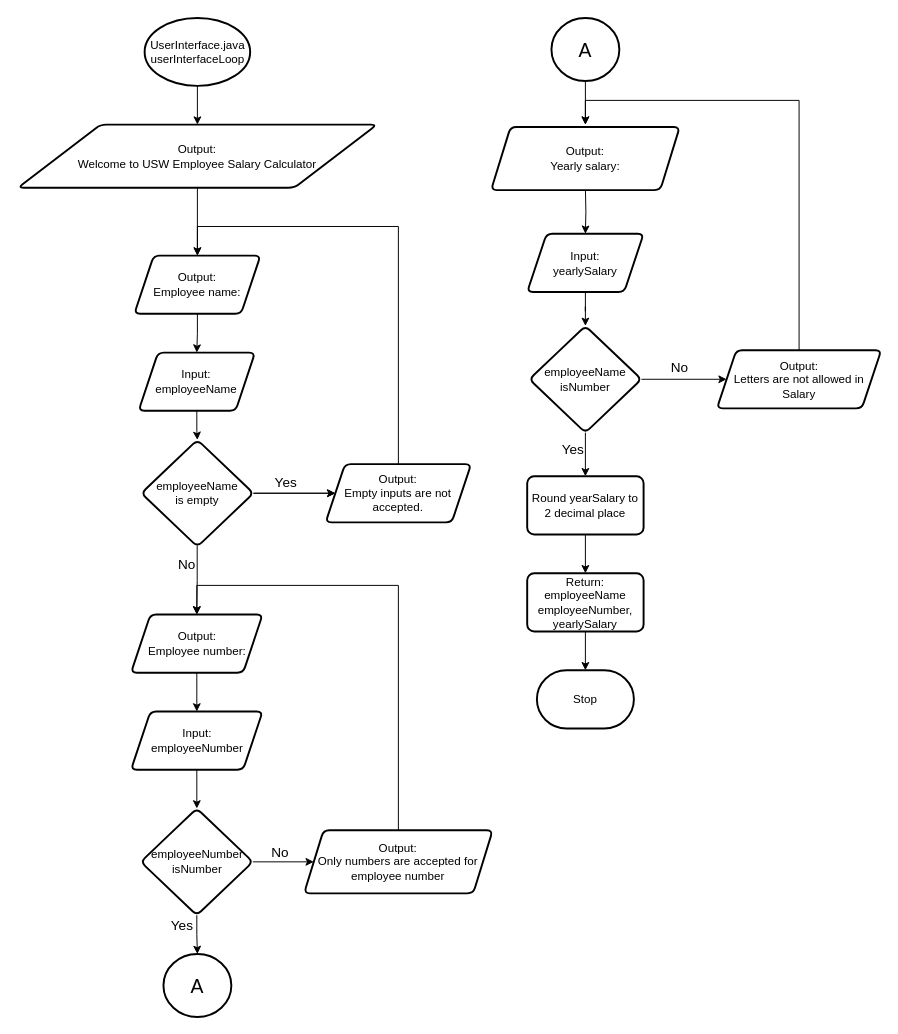
Above: report/flowcharts/task-2/designs/userInterface.drawio in Sherman5A/usw-pop-coursework-1-task-2 (draw.io), before the change. Source tidied: cells renumbered, new cells numbered last; positions are measured from the earlier drawing's top-left corner, leaving out a move shared by most shapes. Both pictures are drawn from the tidied source at 97%, with x=0, y=0 at pixel (17, 17).
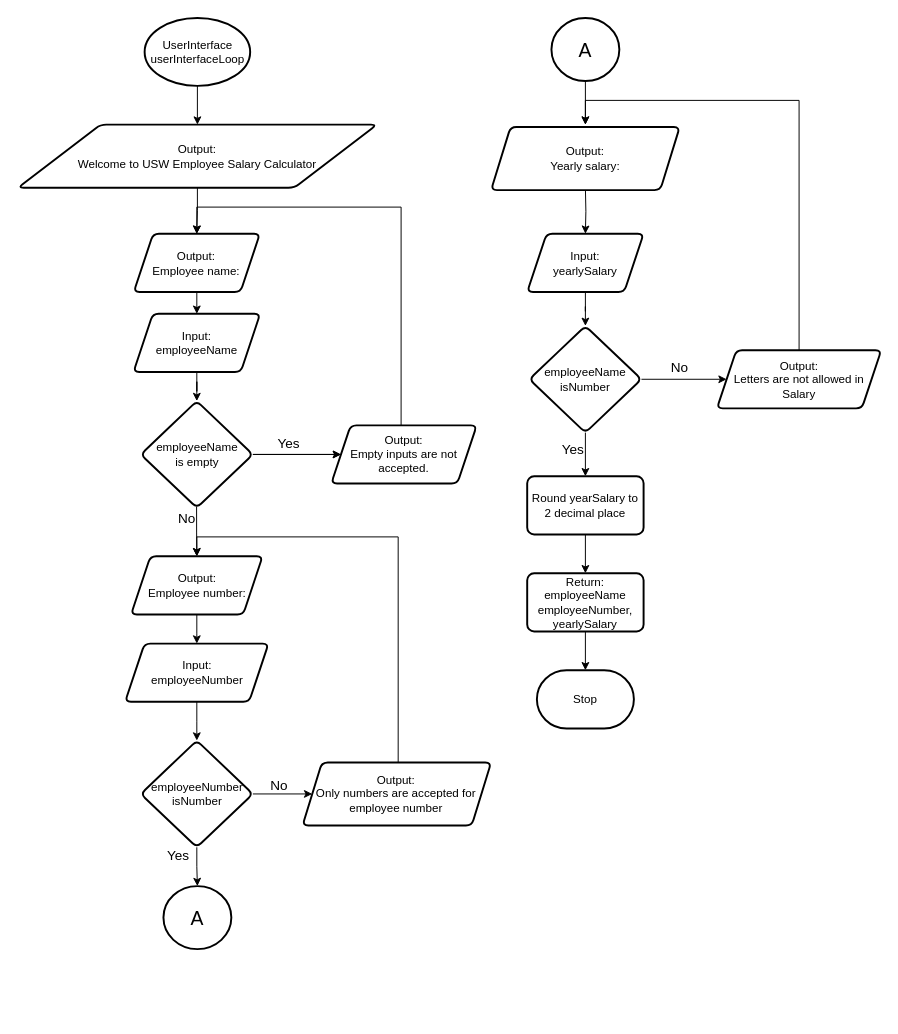
Above is the later version.

Change to the diagram source:
```diff
@@
-    <mxCell id="3" value="UserInterface.java&lt;br&gt;userInterfaceLoop" style="strokeWidth=2;html=1;shape=mxgraph.flowchart.start_1;whiteSpace=wrap;" parent="1" vertex="1">
+    <mxCell id="3" value="UserInterface&lt;br&gt;userInterfaceLoop" style="strokeWidth=2;html=1;shape=mxgraph.flowchart.start_1;whiteSpace=wrap;" parent="1" vertex="1">
       <mxGeometry x="130.6" width="108.8" height="70" as="geometry" />
     </mxCell>
@@
     <mxCell id="7" value="Output:&lt;br&gt;Employee name:" style="shape=parallelogram;perimeter=parallelogramPerimeter;whiteSpace=wrap;html=1;fixedSize=1;strokeWidth=2;rounded=1;arcSize=12;" parent="1" vertex="1">
-      <mxGeometry x="120" y="245" width="130" height="60" as="geometry" />
+      <mxGeometry x="119.4" y="222.5" width="130" height="60" as="geometry" />
     </mxCell>
@@
     <mxCell id="11" value="employeeName&lt;br&gt;is  empty" style="rhombus;whiteSpace=wrap;html=1;strokeWidth=2;rounded=1;arcSize=12;" parent="1" vertex="1">
-      <mxGeometry x="127.2" y="435" width="115.6" height="110" as="geometry" />
+      <mxGeometry x="126.6" y="395" width="115.6" height="110" as="geometry" />
     </mxCell>
@@
     <mxCell id="13" value="Input:&lt;br&gt;employeeName" style="shape=parallelogram;perimeter=parallelogramPerimeter;whiteSpace=wrap;html=1;fixedSize=1;strokeWidth=2;rounded=1;arcSize=12;" parent="1" vertex="1">
-      <mxGeometry x="124.4" y="345" width="120" height="60" as="geometry" />
+      <mxGeometry x="119.1" y="305" width="130.6" height="60" as="geometry" />
     </mxCell>
@@
-    <mxCell id="16" style="edgeStyle=orthogonalEdgeStyle;rounded=0;jettySize=auto;html=1;entryX=0.5;entryY=0;entryDx=0;entryDy=0;exitX=0.5;exitY=0;exitDx=0;exitDy=0;" parent="1" edge="1" source="17">
-      <mxGeometry relative="1" as="geometry">
-        <mxPoint x="185" y="245" as="targetPoint" />
-        <Array as="points">
-          <mxPoint x="392" y="215" />
-          <mxPoint x="185" y="215" />
-        </Array>
-      </mxGeometry>
-    </mxCell>
+    <mxCell id="48" style="edgeStyle=orthogonalEdgeStyle;rounded=0;jettySize=auto;html=1;entryX=0.5;entryY=0;entryDx=0;entryDy=0;" parent="1" edge="1" source="17" target="7">
+      <mxGeometry relative="1" as="geometry">
+        <Array as="points">
+          <mxPoint x="395" y="195" />
+          <mxPoint x="184" y="195" />
+        </Array>
+      </mxGeometry>
+    </mxCell>
     <mxCell id="17" value="&lt;div&gt;Output:&lt;/div&gt;&lt;div&gt;Empty inputs are not accepted.&lt;br&gt;&lt;/div&gt;" style="shape=parallelogram;perimeter=parallelogramPerimeter;whiteSpace=wrap;html=1;fixedSize=1;strokeWidth=2;rounded=1;arcSize=12;" parent="1" vertex="1">
-      <mxGeometry x="317.2" y="460" width="150" height="60" as="geometry" />
+      <mxGeometry x="323" y="420" width="150" height="60" as="geometry" />
     </mxCell>
@@
     <mxCell id="19" value="Output:&lt;br&gt;Employee number:" style="shape=parallelogram;perimeter=parallelogramPerimeter;whiteSpace=wrap;html=1;fixedSize=1;strokeWidth=2;rounded=1;arcSize=12;" parent="1" vertex="1">
-      <mxGeometry x="116.6" y="615" width="135.6" height="60" as="geometry" />
+      <mxGeometry x="116.6" y="555" width="135.6" height="60" as="geometry" />
     </mxCell>
@@
     <mxCell id="21" value="Input:&lt;br&gt;employeeNumber" style="shape=parallelogram;perimeter=parallelogramPerimeter;whiteSpace=wrap;html=1;fixedSize=1;strokeWidth=2;rounded=1;arcSize=12;" parent="1" vertex="1">
-      <mxGeometry x="116.6" y="715" width="135.6" height="60" as="geometry" />
+      <mxGeometry x="110.5" y="645" width="147.8" height="60" as="geometry" />
     </mxCell>
@@
     <mxCell id="25" value="employeeNumber&lt;br&gt;isNumber" style="rhombus;whiteSpace=wrap;html=1;strokeWidth=2;rounded=1;arcSize=12;" parent="1" vertex="1">
-      <mxGeometry x="126.6" y="815" width="115.6" height="110" as="geometry" />
+      <mxGeometry x="126.6" y="745" width="115.6" height="110" as="geometry" />
     </mxCell>
     <mxCell id="26" style="edgeStyle=orthogonalEdgeStyle;rounded=0;jettySize=auto;html=1;entryX=0.5;entryY=0;entryDx=0;entryDy=0;" parent="1" edge="1" source="27" target="19">
       <mxGeometry relative="1" as="geometry">
         <Array as="points">
-          <mxPoint x="392" y="585" />
-          <mxPoint x="184" y="585" />
+          <mxPoint x="392" y="535" />
+          <mxPoint x="184" y="535" />
         </Array>
       </mxGeometry>
     </mxCell>
     <mxCell id="27" value="&lt;div&gt;Output:&lt;/div&gt;&lt;div&gt;Only numbers are accepted for employee number&lt;br&gt;&lt;/div&gt;" style="shape=parallelogram;perimeter=parallelogramPerimeter;whiteSpace=wrap;html=1;fixedSize=1;strokeWidth=2;rounded=1;arcSize=12;" parent="1" vertex="1">
-      <mxGeometry x="295" y="837.5" width="194.4" height="65" as="geometry" />
+      <mxGeometry x="293.4" y="767.5" width="194.4" height="65" as="geometry" />
     </mxCell>
     <mxCell id="28" value="&lt;font style=&quot;font-size: 20px;&quot;&gt;A&lt;/font&gt;" style="ellipse;whiteSpace=wrap;html=1;strokeWidth=2;rounded=1;arcSize=12;" parent="1" vertex="1">
-      <mxGeometry x="150" y="965" width="70" height="65" as="geometry" />
+      <mxGeometry x="150" y="895" width="70" height="65" as="geometry" />
     </mxCell>
@@
     <mxCell id="47" value="Yes" style="edgeLabel;html=1;align=center;verticalAlign=middle;labelBackgroundColor=none;fontSize=14;" parent="1" vertex="1">
-      <mxGeometry x="169" y="937" as="geometry">
+      <mxGeometry x="165" y="865" as="geometry">
         <mxPoint x="-1" y="-2" as="offset" />
       </mxGeometry>
     </mxCell>
```
